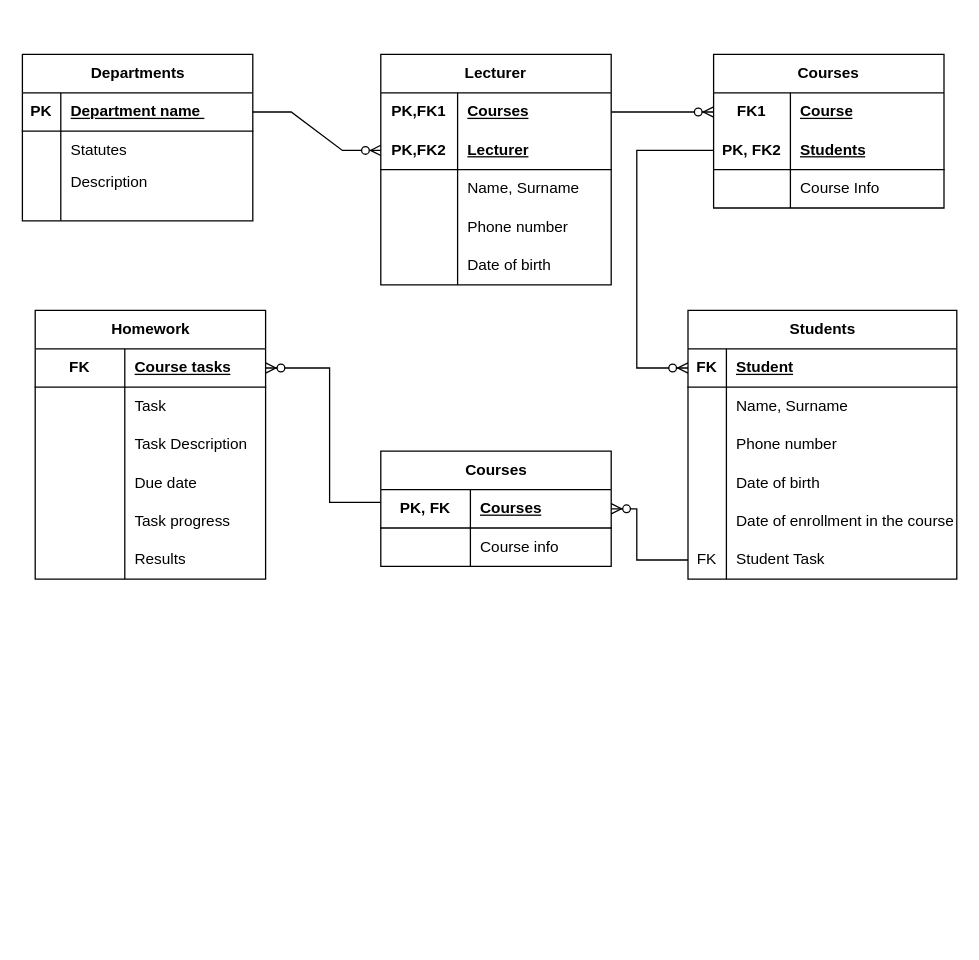
Before: page "Task 1" (1 of 3) of Untitled Diagram.drawio in JoaNIAS/Database-project-design, a draw.io diagram. Source tidied: cells renumbered, new cells numbered last; positions are measured from the earlier drawing's top-left corner, leaving out a move shared by most shapes. Both pictures are drawn from the tidied source at 128%, with x=0, y=0 at pixel (22, 54).
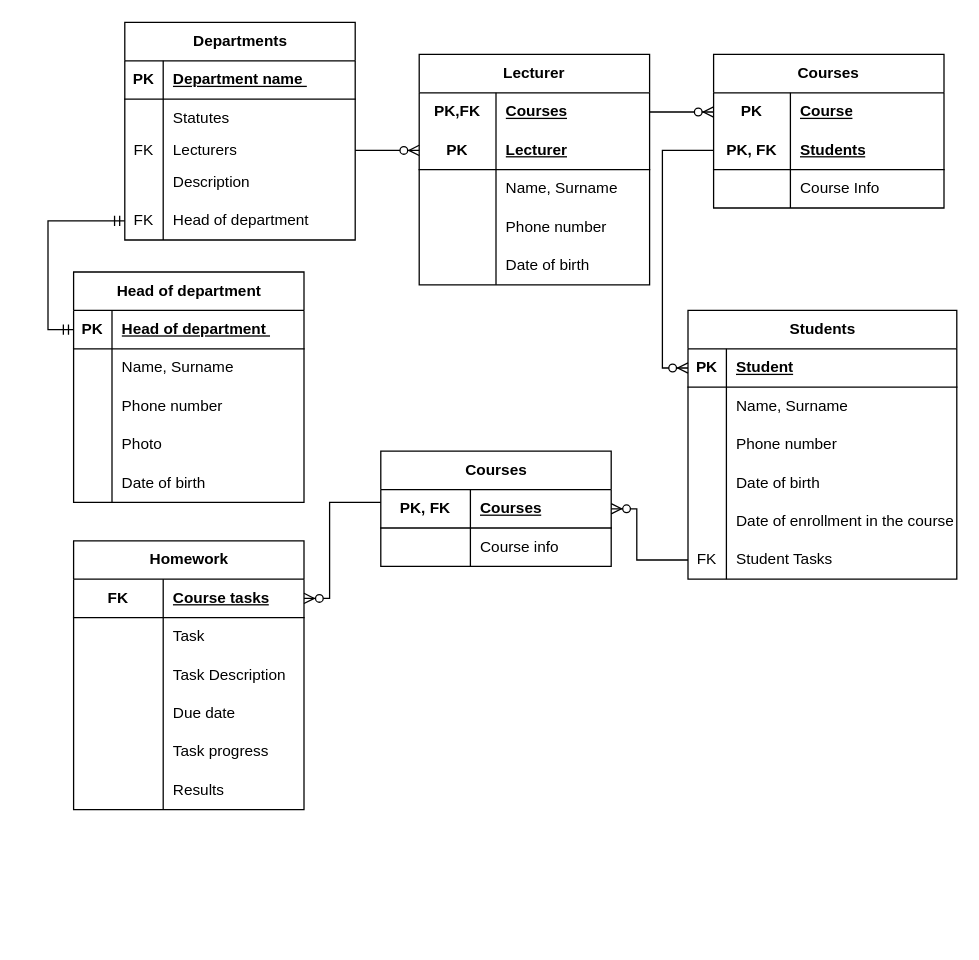
The same diagram, later.

The change refers to these unchanged cells:
```xml
<mxCell id="4" style="shape=tableRow;horizontal=0;startSize=0;swimlaneHead=0;swimlaneBody=0;fillColor=none;points=[[0,0.5],[1,0.5]];portConstraint=eastwest;top=0;left=0;right=0;bottom=1;" parent="3" vertex="1">
  <mxGeometry y="30" width="180" height="30" as="geometry" />
</mxCell>
<mxCell id="17" style="shape=tableRow;horizontal=0;startSize=0;swimlaneHead=0;swimlaneBody=0;fillColor=none;points=[[0,0.5],[1,0.5]];portConstraint=eastwest;top=0;left=0;right=0;bottom=0;html=1;" parent="16" vertex="1">
  <mxGeometry y="30" width="180" height="30" as="geometry" />
</mxCell>
<mxCell id="20" style="shape=tableRow;horizontal=0;startSize=0;swimlaneHead=0;swimlaneBody=0;fillColor=none;points=[[0,0.5],[1,0.5]];portConstraint=eastwest;top=0;left=0;right=0;bottom=1;html=1;" parent="16" vertex="1">
  <mxGeometry y="60" width="180" height="30" as="geometry" />
</mxCell>
<mxCell id="34" style="shape=tableRow;horizontal=0;startSize=0;swimlaneHead=0;swimlaneBody=0;fillColor=none;points=[[0,0.5],[1,0.5]];portConstraint=eastwest;top=0;left=0;right=0;bottom=1;" parent="33" vertex="1">
  <mxGeometry y="30" width="210" height="30" as="geometry" />
</mxCell>
<mxCell id="49" style="shape=tableRow;horizontal=0;startSize=0;swimlaneHead=0;swimlaneBody=0;fillColor=none;points=[[0,0.5],[1,0.5]];portConstraint=eastwest;top=0;left=0;right=0;bottom=0;" parent="33" vertex="1">
  <mxGeometry y="180" width="210" height="30" as="geometry" />
</mxCell>
<mxCell id="53" style="shape=tableRow;horizontal=0;startSize=0;swimlaneHead=0;swimlaneBody=0;fillColor=none;top=0;left=0;right=0;bottom=0;html=1;" parent="52" vertex="1">
  <mxGeometry y="30" width="180" height="30" as="geometry" />
</mxCell>
<mxCell id="56" style="shape=tableRow;horizontal=0;startSize=0;swimlaneHead=0;swimlaneBody=0;fillColor=none;points=[[0,0.5],[1,0.5]];portConstraint=eastwest;top=0;left=0;right=0;bottom=1;html=1;" parent="52" vertex="1">
  <mxGeometry y="60" width="180" height="30" as="geometry" />
</mxCell>
<mxCell id="76" style="shape=tableRow;horizontal=0;startSize=0;swimlaneHead=0;swimlaneBody=0;fillColor=none;points=[[0,0.5],[1,0.5]];portConstraint=eastwest;top=0;left=0;right=0;bottom=1;" parent="75" vertex="1">
  <mxGeometry y="30" width="180" height="30" as="geometry" />
</mxCell>
```

The edit, as a diff of the source:
```diff
@@
-    <mxCell id="2" style="edgeStyle=entityRelationEdgeStyle;fontSize=12;html=1;endArrow=ERzeroToMany;endFill=1;rounded=0;exitX=1;exitY=0.5;exitDx=0;exitDy=0;entryX=0;entryY=0.5;entryDx=0;entryDy=0;" parent="1" edge="1" source="4" target="20">
-      <mxGeometry relative="1" as="geometry">
-        <Array as="points">
-          <mxPoint x="230" y="40" />
-          <mxPoint x="210" y="80" />
-          <mxPoint x="200" y="70" />
-          <mxPoint x="210" y="70" />
-          <mxPoint x="220" y="70" />
-          <mxPoint x="230" y="45" />
-        </Array>
-      </mxGeometry>
+    <mxCell id="2" style="fontSize=12;html=1;endArrow=ERzeroToMany;endFill=1;rounded=0;exitX=1;exitY=0.5;exitDx=0;exitDy=0;entryX=0;entryY=0.5;entryDx=0;entryDy=0;" parent="1" edge="1" source="96" target="20">
+      <mxGeometry relative="1" as="geometry" />
     </mxCell>
     <mxCell id="3" value="Departments" style="shape=table;startSize=30;childLayout=tableLayout;rowLines=0;fontStyle=1;align=center;html=1;" parent="1" vertex="1">
-      <mxGeometry width="180" height="130" as="geometry" />
+      <mxGeometry x="80" y="-25" width="180" height="170" as="geometry" />
     </mxCell>
@@
+    <mxCell id="96" style="shape=tableRow;horizontal=0;startSize=0;swimlaneHead=0;swimlaneBody=0;fillColor=none;points=[[0,0.5],[1,0.5]];portConstraint=eastwest;top=0;left=0;right=0;bottom=0;" parent="3" vertex="1">
+      <mxGeometry y="90" width="180" height="20" as="geometry" />
+    </mxCell>
+    <mxCell id="97" value="FK" style="shape=partialRectangle;fillColor=none;top=0;left=0;bottom=0;right=0;overflow=hidden;whiteSpace=wrap;html=1;" parent="96" vertex="1">
+      <mxGeometry width="30" height="20" as="geometry" />
+    </mxCell>
+    <mxCell id="98" value="Lecturers" style="shape=partialRectangle;fillColor=none;top=0;left=0;bottom=0;right=0;align=left;spacingLeft=6;overflow=hidden;whiteSpace=wrap;html=1;" parent="96" vertex="1">
+      <mxGeometry x="30" width="150" height="20" as="geometry" />
+    </mxCell>
     <mxCell id="10" style="shape=tableRow;horizontal=0;startSize=0;swimlaneHead=0;swimlaneBody=0;fillColor=none;top=0;left=0;right=0;bottom=0;" parent="3" vertex="1">
-      <mxGeometry y="90" width="180" height="20" as="geometry" />
+      <mxGeometry y="110" width="180" height="30" as="geometry" />
     </mxCell>
     <mxCell id="11" style="shape=partialRectangle;fillColor=none;top=0;left=0;bottom=0;right=0;overflow=hidden;whiteSpace=wrap;html=1;" parent="10" vertex="1">
-      <mxGeometry width="30" height="20" as="geometry" />
+      <mxGeometry width="30" height="30" as="geometry" />
     </mxCell>
     <mxCell id="12" value="Description&amp;nbsp;" style="shape=partialRectangle;fillColor=none;top=0;left=0;bottom=0;right=0;align=left;spacingLeft=6;overflow=hidden;whiteSpace=wrap;html=1;" parent="10" vertex="1">
-      <mxGeometry x="30" width="150" height="20" as="geometry" />
+      <mxGeometry x="30" width="150" height="30" as="geometry" />
     </mxCell>
     <mxCell id="13" style="shape=tableRow;horizontal=0;startSize=0;swimlaneHead=0;swimlaneBody=0;fillColor=none;points=[[0,0.5],[1,0.5]];portConstraint=eastwest;top=0;left=0;right=0;bottom=0;" parent="3" vertex="1">
-      <mxGeometry y="110" width="180" height="20" as="geometry" />
+      <mxGeometry y="140" width="180" height="30" as="geometry" />
     </mxCell>
-    <mxCell id="14" style="shape=partialRectangle;fillColor=none;top=0;left=0;bottom=0;right=0;overflow=hidden;whiteSpace=wrap;html=1;" parent="13" vertex="1">
-      <mxGeometry width="30" height="20" as="geometry" />
+    <mxCell id="14" value="FK" style="shape=partialRectangle;fillColor=none;top=0;left=0;bottom=0;right=0;overflow=hidden;whiteSpace=wrap;html=1;" parent="13" vertex="1">
+      <mxGeometry width="30" height="30" as="geometry" />
     </mxCell>
-    <mxCell id="15" style="shape=partialRectangle;fillColor=none;top=0;left=0;bottom=0;right=0;align=left;spacingLeft=6;overflow=hidden;whiteSpace=wrap;html=1;" parent="13" vertex="1">
-      <mxGeometry x="30" width="150" height="20" as="geometry" />
+    <mxCell id="15" value="Head of department&amp;nbsp;" style="shape=partialRectangle;fillColor=none;top=0;left=0;bottom=0;right=0;align=left;spacingLeft=6;overflow=hidden;whiteSpace=wrap;html=1;" parent="13" vertex="1">
+      <mxGeometry x="30" width="150" height="30" as="geometry" />
     </mxCell>
     <mxCell id="16" value="Lecturer" style="shape=table;startSize=30;childLayout=tableLayout;rowLines=0;fontStyle=1;align=center;html=1;whiteSpace=wrap;verticalAlign=middle;" parent="1" vertex="1">
-      <mxGeometry x="280" width="180" height="180" as="geometry" />
+      <mxGeometry x="310" width="180" height="180" as="geometry" />
     </mxCell>
@@
-    <mxCell id="18" value="PK,FK1" style="shape=partialRectangle;fillColor=none;top=0;left=0;bottom=0;right=0;fontStyle=1;overflow=hidden;html=1;whiteSpace=wrap;" parent="17" vertex="1">
+    <mxCell id="18" value="PK,FK" style="shape=partialRectangle;fillColor=none;top=0;left=0;bottom=0;right=0;fontStyle=1;overflow=hidden;html=1;whiteSpace=wrap;" parent="17" vertex="1">
       <mxGeometry width="60" height="30" as="geometry" />
     </mxCell>
@@
-    <mxCell id="21" value="PK,FK2" style="shape=partialRectangle;fillColor=none;top=0;left=0;bottom=0;right=0;fontStyle=1;overflow=hidden;html=1;whiteSpace=wrap;" parent="20" vertex="1">
+    <mxCell id="21" value="PK" style="shape=partialRectangle;fillColor=none;top=0;left=0;bottom=0;right=0;fontStyle=1;overflow=hidden;html=1;whiteSpace=wrap;" parent="20" vertex="1">
       <mxGeometry width="60" height="30" as="geometry" />
     </mxCell>
@@
-    <mxCell id="35" value="FK" style="shape=partialRectangle;fillColor=none;top=0;left=0;bottom=0;right=0;fontStyle=1;overflow=hidden;whiteSpace=wrap;html=1;" parent="34" vertex="1">
+    <mxCell id="35" value="PK" style="shape=partialRectangle;fillColor=none;top=0;left=0;bottom=0;right=0;fontStyle=1;overflow=hidden;whiteSpace=wrap;html=1;" parent="34" vertex="1">
       <mxGeometry width="30" height="30" as="geometry" />
     </mxCell>
@@
-    <mxCell id="51" value="Student Task&amp;nbsp;" style="shape=partialRectangle;fillColor=none;top=0;left=0;bottom=0;right=0;align=left;spacingLeft=6;overflow=hidden;whiteSpace=wrap;html=1;" parent="49" vertex="1">
+    <mxCell id="51" value="Student Tasks&amp;nbsp;" style="shape=partialRectangle;fillColor=none;top=0;left=0;bottom=0;right=0;align=left;spacingLeft=6;overflow=hidden;whiteSpace=wrap;html=1;" parent="49" vertex="1">
       <mxGeometry x="30" width="180" height="30" as="geometry" />
     </mxCell>
@@
-    <mxCell id="54" value="FK1" style="shape=partialRectangle;fillColor=none;top=0;left=0;bottom=0;right=0;fontStyle=1;overflow=hidden;html=1;whiteSpace=wrap;" parent="53" vertex="1">
+    <mxCell id="54" value="PK" style="shape=partialRectangle;fillColor=none;top=0;left=0;bottom=0;right=0;fontStyle=1;overflow=hidden;html=1;whiteSpace=wrap;" parent="53" vertex="1">
       <mxGeometry width="60" height="30" as="geometry" />
     </mxCell>
@@
-    <mxCell id="57" value="PK, FK2" style="shape=partialRectangle;fillColor=none;top=0;left=0;bottom=0;right=0;fontStyle=1;overflow=hidden;html=1;whiteSpace=wrap;" parent="56" vertex="1">
+    <mxCell id="57" value="PK, FK" style="shape=partialRectangle;fillColor=none;top=0;left=0;bottom=0;right=0;fontStyle=1;overflow=hidden;html=1;whiteSpace=wrap;" parent="56" vertex="1">
       <mxGeometry width="60" height="30" as="geometry" />
     </mxCell>
@@
     <mxCell id="62" style="fontSize=12;html=1;endArrow=ERzeroToMany;endFill=1;rounded=0;entryX=0;entryY=0.5;entryDx=0;entryDy=0;exitX=0;exitY=0.5;exitDx=0;exitDy=0;" parent="1" edge="1" source="56" target="34">
       <mxGeometry relative="1" as="geometry">
         <Array as="points">
-          <mxPoint x="480" y="75" />
-          <mxPoint x="480" y="245" />
+          <mxPoint x="500" y="75" />
+          <mxPoint x="500" y="120" />
+          <mxPoint x="500" y="245" />
         </Array>
       </mxGeometry>
     </mxCell>
@@
     <mxCell id="75" value="Homework" style="shape=table;startSize=30;childLayout=tableLayout;rowLines=0;fontStyle=1;align=center;html=1;" parent="1" vertex="1">
-      <mxGeometry x="10" y="200" width="180" height="210" as="geometry" />
+      <mxGeometry x="40" y="380" width="180" height="210" as="geometry" />
     </mxCell>
@@
     <mxCell id="95" style="fontSize=12;html=1;endArrow=ERzeroToMany;endFill=1;rounded=0;exitX=0;exitY=0.5;exitDx=0;exitDy=0;entryX=1;entryY=0.5;entryDx=0;entryDy=0;" parent="1" edge="1" target="76">
       <mxGeometry relative="1" as="geometry">
         <mxPoint x="280" y="350" as="sourcePoint" />
         <Array as="points">
           <mxPoint x="240" y="350" />
-          <mxPoint x="240" y="245" />
+          <mxPoint x="240" y="425" />
         </Array>
       </mxGeometry>
     </mxCell>
+    <mxCell id="99" value="Head of department" style="shape=table;startSize=30;childLayout=tableLayout;rowLines=0;fontStyle=1;align=center;html=1;" parent="1" vertex="1">
+      <mxGeometry x="40" y="170" width="180" height="180" as="geometry" />
+    </mxCell>
+    <mxCell id="100" style="shape=tableRow;horizontal=0;startSize=0;swimlaneHead=0;swimlaneBody=0;fillColor=none;points=[[0,0.5],[1,0.5]];portConstraint=eastwest;top=0;left=0;right=0;bottom=1;" parent="99" vertex="1">
+      <mxGeometry y="30" width="180" height="30" as="geometry" />
+    </mxCell>
+    <mxCell id="101" value="PK" style="shape=partialRectangle;fillColor=none;top=0;left=0;bottom=0;right=0;fontStyle=1;overflow=hidden;whiteSpace=wrap;html=1;" parent="100" vertex="1">
+      <mxGeometry width="30" height="30" as="geometry" />
+    </mxCell>
+    <mxCell id="102" value="Head of department&amp;nbsp;" style="shape=partialRectangle;fillColor=none;top=0;left=0;bottom=0;right=0;align=left;spacingLeft=6;fontStyle=5;overflow=hidden;whiteSpace=wrap;html=1;" parent="100" vertex="1">
+      <mxGeometry x="30" width="150" height="30" as="geometry" />
+    </mxCell>
+    <mxCell id="103" style="shape=tableRow;horizontal=0;startSize=0;swimlaneHead=0;swimlaneBody=0;fillColor=none;top=0;left=0;right=0;bottom=0;" parent="99" vertex="1">
+      <mxGeometry y="60" width="180" height="30" as="geometry" />
+    </mxCell>
+    <mxCell id="104" style="shape=partialRectangle;fillColor=none;top=0;left=0;bottom=0;right=0;overflow=hidden;whiteSpace=wrap;html=1;" parent="103" vertex="1">
+      <mxGeometry width="30" height="30" as="geometry" />
+    </mxCell>
+    <mxCell id="105" value="Name, Surname&amp;nbsp;" style="shape=partialRectangle;fillColor=none;top=0;left=0;bottom=0;right=0;align=left;spacingLeft=6;overflow=hidden;whiteSpace=wrap;html=1;" parent="103" vertex="1">
+      <mxGeometry x="30" width="150" height="30" as="geometry" />
+    </mxCell>
+    <mxCell id="106" style="shape=tableRow;horizontal=0;startSize=0;swimlaneHead=0;swimlaneBody=0;fillColor=none;top=0;left=0;right=0;bottom=0;" parent="99" vertex="1">
+      <mxGeometry y="90" width="180" height="30" as="geometry" />
+    </mxCell>
+    <mxCell id="107" style="shape=partialRectangle;fillColor=none;top=0;left=0;bottom=0;right=0;overflow=hidden;whiteSpace=wrap;html=1;" parent="106" vertex="1">
+      <mxGeometry width="30" height="30" as="geometry" />
+    </mxCell>
+    <mxCell id="108" value="Phone number&amp;nbsp;" style="shape=partialRectangle;fillColor=none;top=0;left=0;bottom=0;right=0;align=left;spacingLeft=6;overflow=hidden;whiteSpace=wrap;html=1;" parent="106" vertex="1">
+      <mxGeometry x="30" width="150" height="30" as="geometry" />
+    </mxCell>
+    <mxCell id="109" style="shape=tableRow;horizontal=0;startSize=0;swimlaneHead=0;swimlaneBody=0;fillColor=none;top=0;left=0;right=0;bottom=0;" parent="99" vertex="1">
+      <mxGeometry y="120" width="180" height="30" as="geometry" />
+    </mxCell>
+    <mxCell id="110" style="shape=partialRectangle;fillColor=none;top=0;left=0;bottom=0;right=0;overflow=hidden;whiteSpace=wrap;html=1;" parent="109" vertex="1">
+      <mxGeometry width="30" height="30" as="geometry" />
+    </mxCell>
+    <mxCell id="111" value="Photo&amp;nbsp;" style="shape=partialRectangle;fillColor=none;top=0;left=0;bottom=0;right=0;align=left;spacingLeft=6;overflow=hidden;whiteSpace=wrap;html=1;" parent="109" vertex="1">
+      <mxGeometry x="30" width="150" height="30" as="geometry" />
+    </mxCell>
+    <mxCell id="112" style="shape=tableRow;horizontal=0;startSize=0;swimlaneHead=0;swimlaneBody=0;fillColor=none;top=0;left=0;right=0;bottom=0;" parent="99" vertex="1">
+      <mxGeometry y="150" width="180" height="30" as="geometry" />
+    </mxCell>
+    <mxCell id="113" style="shape=partialRectangle;fillColor=none;top=0;left=0;bottom=0;right=0;overflow=hidden;whiteSpace=wrap;html=1;" parent="112" vertex="1">
+      <mxGeometry width="30" height="30" as="geometry" />
+    </mxCell>
+    <mxCell id="114" value="Date of birth&amp;nbsp;" style="shape=partialRectangle;fillColor=none;top=0;left=0;bottom=0;right=0;align=left;spacingLeft=6;overflow=hidden;whiteSpace=wrap;html=1;" parent="112" vertex="1">
+      <mxGeometry x="30" width="150" height="30" as="geometry" />
+    </mxCell>
+    <mxCell id="115" style="fontSize=12;html=1;endArrow=ERmandOne;startArrow=ERmandOne;rounded=0;entryX=0;entryY=0.5;entryDx=0;entryDy=0;exitX=0;exitY=0.5;exitDx=0;exitDy=0;" parent="1" edge="1" source="100" target="13">
+      <mxGeometry relative="1" as="geometry">
+        <Array as="points">
+          <mxPoint x="20" y="215" />
+          <mxPoint x="20" y="130" />
+        </Array>
+      </mxGeometry>
+    </mxCell>
```
